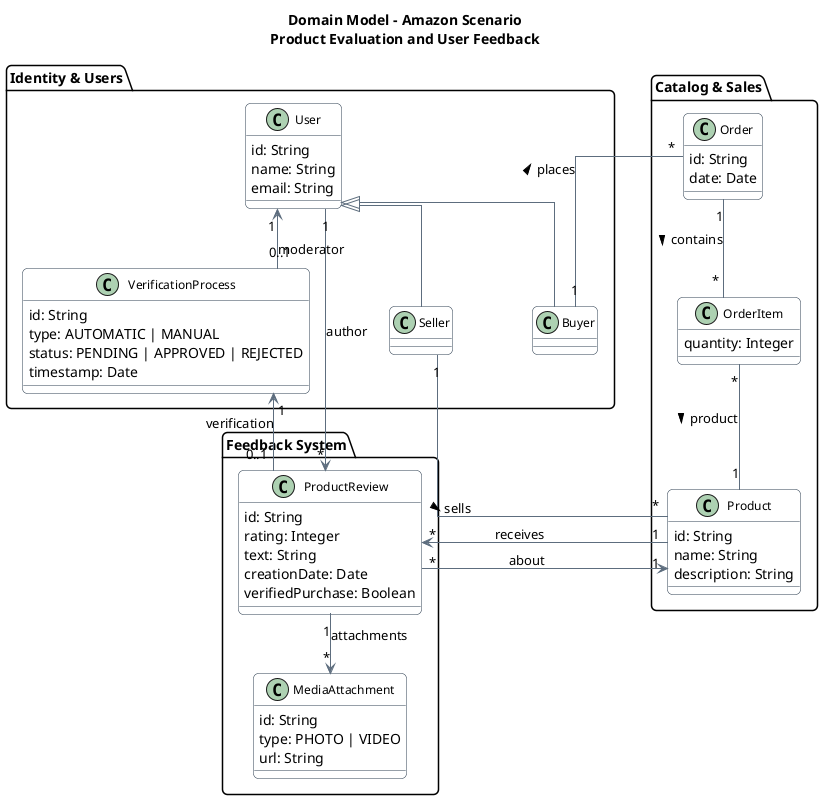
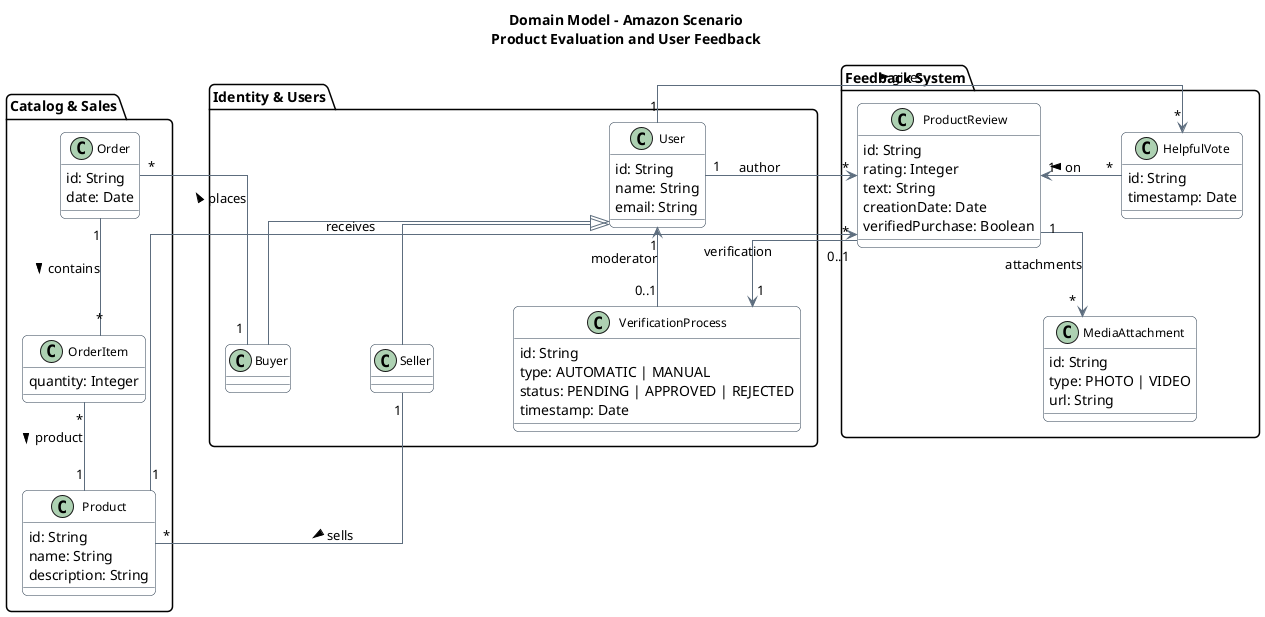
@startuml
skinparam linetype ortho
skinparam nodesep 80
skinparam ranksep 60
skinparam roundCorner 10
skinparam shadowing false
skinparam classAttributeIconSize 0

skinparam class {
    BackgroundColor White
    BorderColor #2D3E50
    ArrowColor #5D6D7E
    FontSize 12
}

title Domain Model – Amazon Scenario\nProduct Evaluation and User Feedback

+ package "Identity & Users" {

- package "Identity & Users" {
    class User {
        id: String
        name: String
        email: String
    }
+ 
    class Buyer
    class Seller
+ 
    class VerificationProcess {
        id: String
        type: AUTOMATIC | MANUAL
        status: PENDING | APPROVED | REJECTED
        timestamp: Date
    }
}

package "Catalog & Sales" {
+ 
    class Product {
        id: String
        name: String
        description: String
    }
+ 
    class Order {
        id: String
        date: Date
    }
+ 
    class OrderItem {
        quantity: Integer
    }
}

package "Feedback System" {
+ 
    class ProductReview {
        id: String
        rating: Integer
        text: String
        creationDate: Date
        verifiedPurchase: Boolean
    }
+ 
    class MediaAttachment {
        id: String
        type: PHOTO | VIDEO
        url: String
+     }
+ 
+     class HelpfulVote {
+         id: String
+         timestamp: Date
    }
}

User <|-- Buyer
User <|-- Seller

Buyer "1" -- "*" Order : places >
Order "1" -- "*" OrderItem : contains >
OrderItem "*" -- "1" Product : product >
Seller "1" -- "*" Product : sells >

User "1" -right-> "*" ProductReview : author
Product "1" -right-> "*" ProductReview : receives
+ 
ProductReview "1" -down-> "*" MediaAttachment : attachments
- 
- ProductReview "*" -left-> "1" Product : about

ProductReview "0..1" -down-> "1" VerificationProcess : verification
VerificationProcess "0..1" -up-> "1" User : moderator

+ ' Helpful votes
+ User "1" -right-> "*" HelpfulVote : gives >
+ HelpfulVote "*" -left-> "1" ProductReview : on >
+ 
@enduml